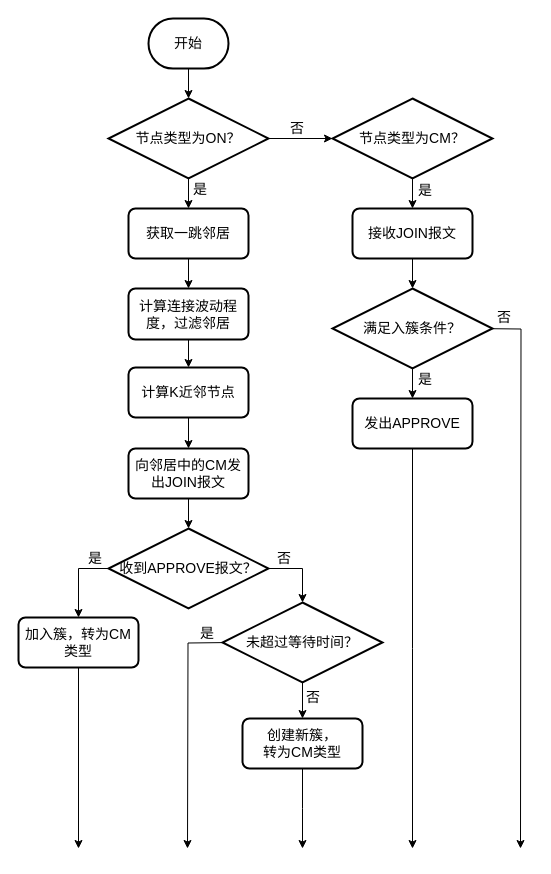
Earlier version of the draw.io diagram cluster/SNNCA-FLOW.drawio (trevorHsu/draftChart). Source tidied: cells renumbered, new cells numbered last; positions are measured from the earlier drawing's top-left corner, leaving out a move shared by most shapes. Both pictures are drawn from the tidied source at 100%, with x=0, y=0 at pixel (18, 18).
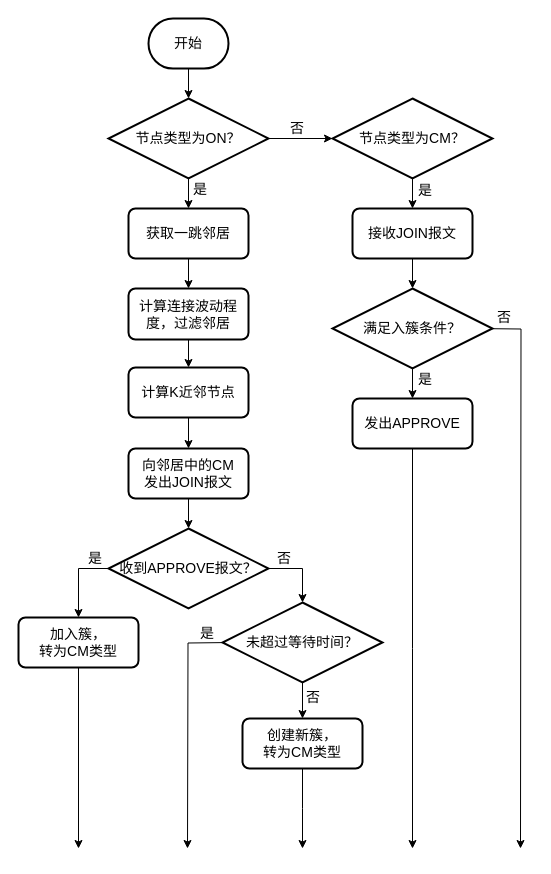
Above is the later version.

Diff of the diagram source:
```diff
@@
-    <mxCell id="14" value="向邻居中的CM发出JOIN报文" style="rounded=1;whiteSpace=wrap;html=1;absoluteArcSize=1;arcSize=14;strokeWidth=2;fontSize=14;" parent="1" vertex="1">
+    <mxCell id="14" value="向邻居中的CM&lt;br&gt;发出JOIN报文" style="rounded=1;whiteSpace=wrap;html=1;absoluteArcSize=1;arcSize=14;strokeWidth=2;fontSize=14;" parent="1" vertex="1">
       <mxGeometry x="110" y="430" width="120" height="50" as="geometry" />
     </mxCell>
@@
-    <mxCell id="19" value="加入簇，转为CM类型" style="rounded=1;whiteSpace=wrap;html=1;absoluteArcSize=1;arcSize=14;strokeWidth=2;fontSize=14;" parent="1" vertex="1">
+    <mxCell id="19" value="加入簇，&lt;br&gt;转为CM类型" style="rounded=1;whiteSpace=wrap;html=1;absoluteArcSize=1;arcSize=14;strokeWidth=2;fontSize=14;" parent="1" vertex="1">
       <mxGeometry y="599" width="120" height="50" as="geometry" />
     </mxCell>
```
